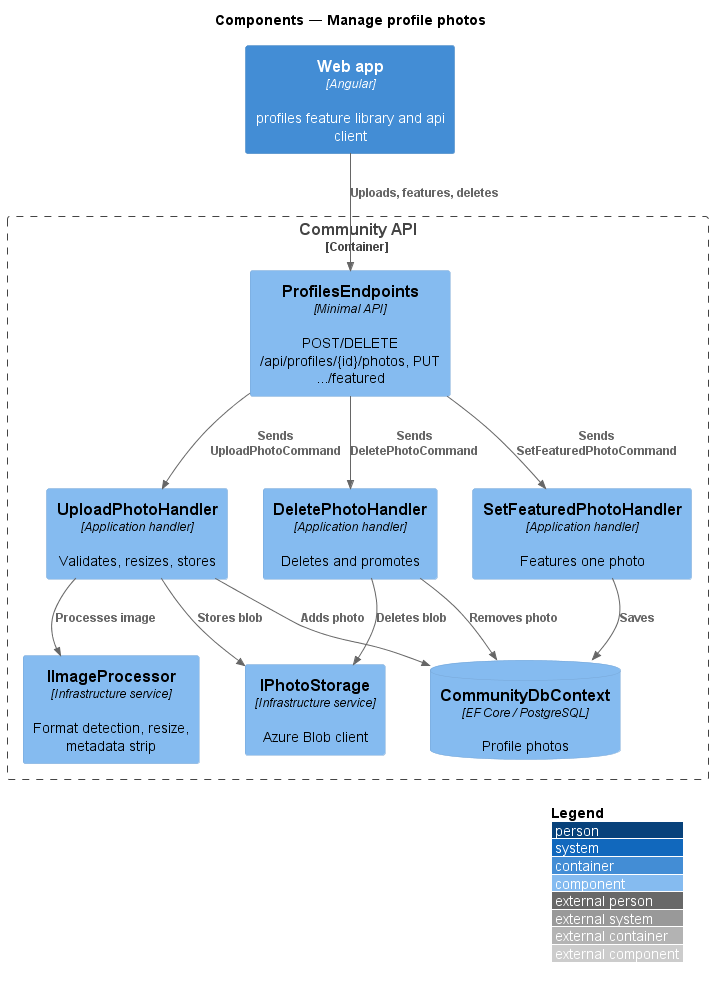
Above: docs/detailed-designs/profiles/manage-profile-photos/diagrams/c4-component.png in QuinntyneBrown/faithtech-community (PlantUML), before the change.
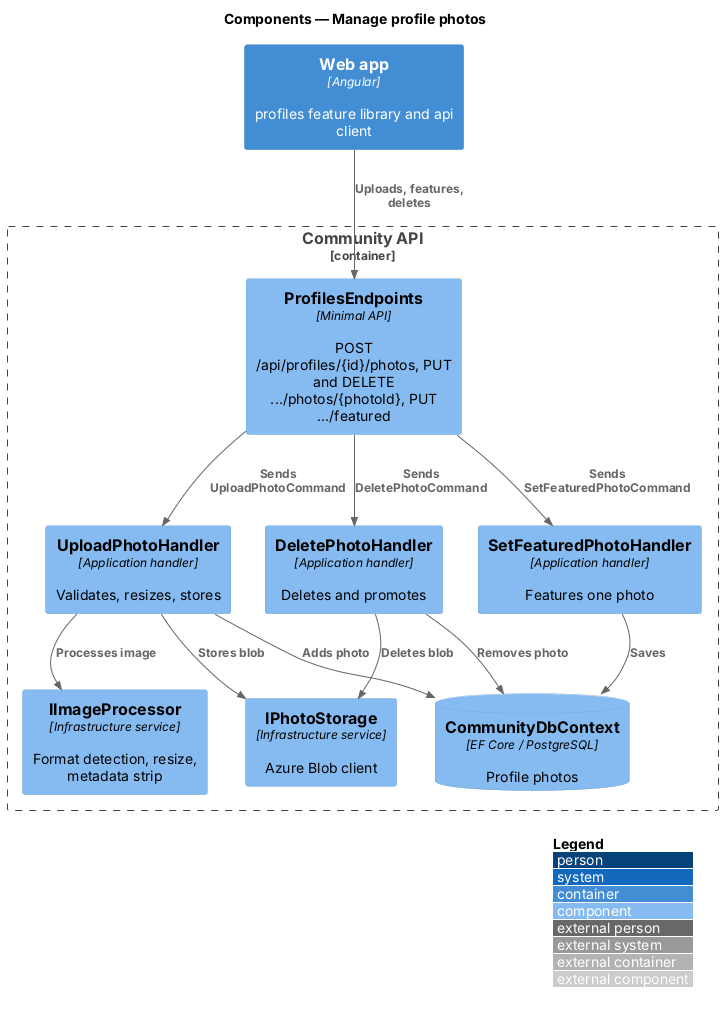
The same file after the commit.

Diff of the diagram source:
```diff
@@ -5,7 +5,7 @@
 
 Container(spa, "Web app", "Angular", "profiles feature library and api client")
 Container_Boundary(api, "Community API") {
-  Component(ep, "ProfilesEndpoints", "Minimal API", "POST/DELETE /api/profiles/{id}/photos, PUT .../featured")
+  Component(ep, "ProfilesEndpoints", "Minimal API", "POST /api/profiles/{id}/photos, PUT and DELETE .../photos/{photoId}, PUT .../featured")
   Component(uh, "UploadPhotoHandler", "Application handler", "Validates, resizes, stores")
   Component(fh, "SetFeaturedPhotoHandler", "Application handler", "Features one photo")
   Component(dh, "DeletePhotoHandler", "Application handler", "Deletes and promotes")
```
